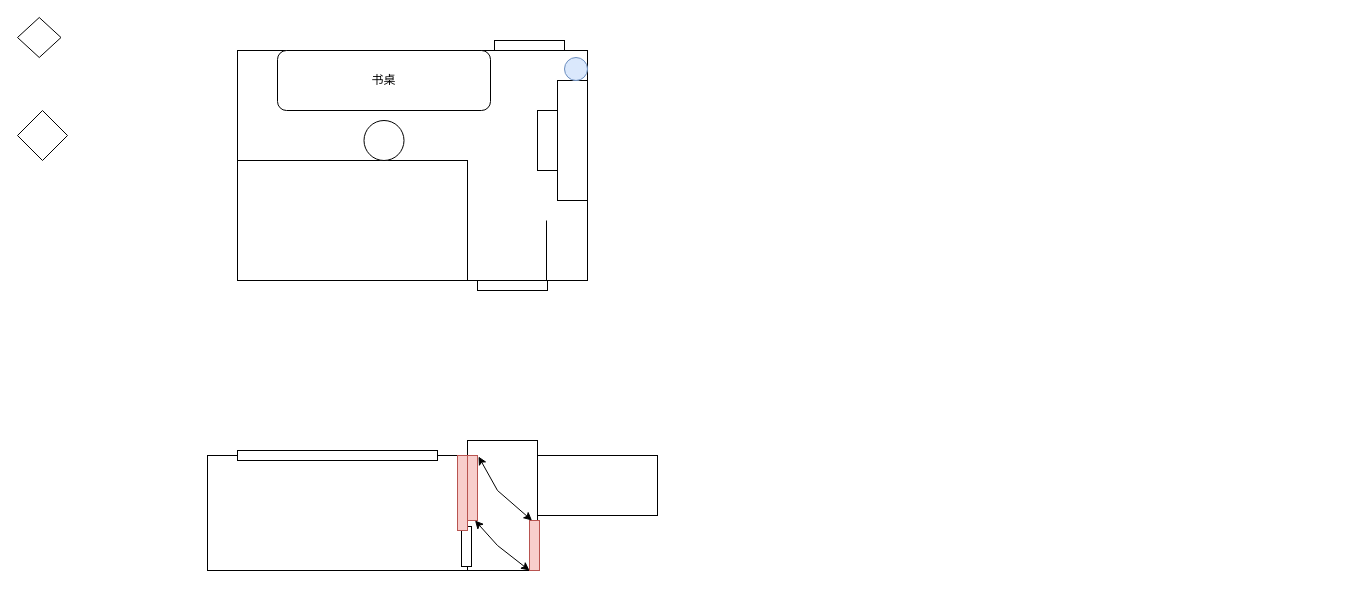
The draw.io diagram page "齐齐布局" (8 of 8) of 未命名绘图.drawio in chendong-2023/cmd, before the edit. Source tidied: cells renumbered, new cells numbered last; positions are measured from the earlier drawing's top-left corner, leaving out a move shared by most shapes. Both pictures are drawn from the tidied source at 100%, with x=0, y=0 at pixel (17, 17).
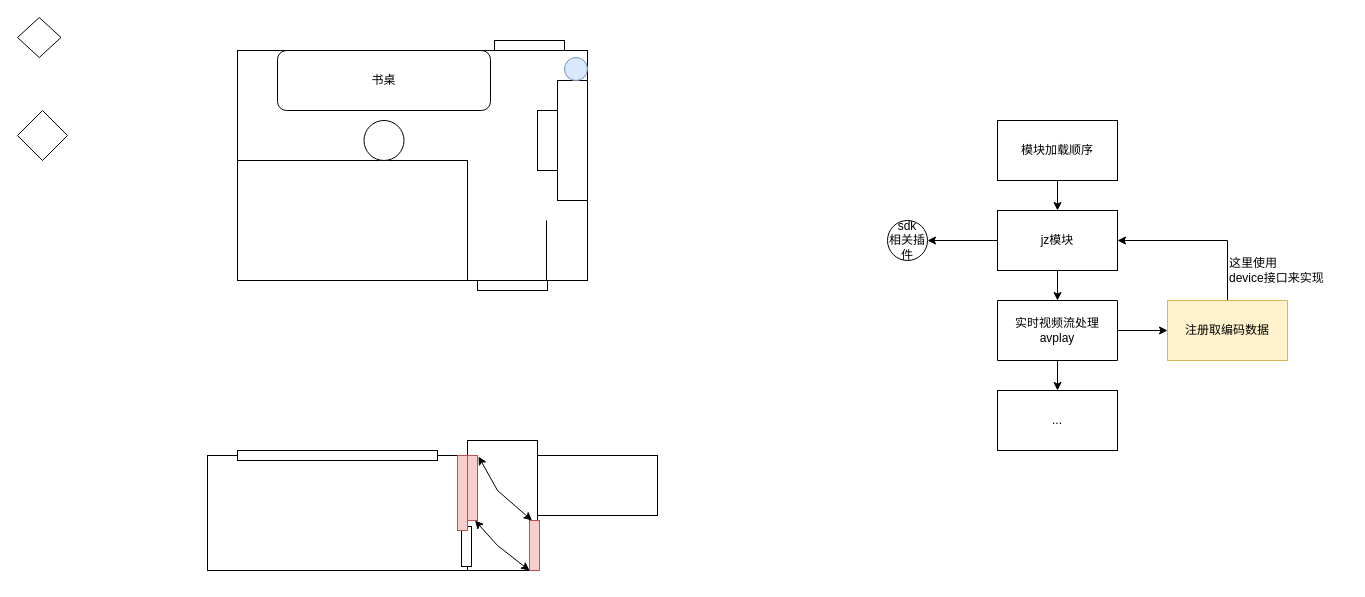
The same diagram, later.

Commit message:
更新未命名绘图.drawio

What changed in the source:
```diff
@@
+    <mxCell id="24" style="edgeStyle=orthogonalEdgeStyle;rounded=0;jettySize=auto;html=1;entryX=0.5;entryY=0;entryDx=0;entryDy=0;" parent="1" edge="1" source="26" target="29">
+      <mxGeometry relative="1" as="geometry" />
+    </mxCell>
+    <mxCell id="25" style="edgeStyle=orthogonalEdgeStyle;rounded=0;jettySize=auto;html=1;entryX=1;entryY=0.5;entryDx=0;entryDy=0;" parent="1" edge="1" source="26" target="34">
+      <mxGeometry relative="1" as="geometry" />
+    </mxCell>
+    <mxCell id="26" value="jz模块" style="whiteSpace=wrap;html=1;" parent="1" vertex="1">
+      <mxGeometry x="980" y="193" width="120" height="60" as="geometry" />
+    </mxCell>
+    <mxCell id="27" style="edgeStyle=orthogonalEdgeStyle;rounded=0;jettySize=auto;html=1;entryX=0;entryY=0.5;entryDx=0;entryDy=0;" parent="1" edge="1" source="29" target="33">
+      <mxGeometry relative="1" as="geometry" />
+    </mxCell>
+    <mxCell id="28" style="edgeStyle=orthogonalEdgeStyle;rounded=0;jettySize=auto;html=1;entryX=0.5;entryY=0;entryDx=0;entryDy=0;" parent="1" edge="1" source="29" target="36">
+      <mxGeometry relative="1" as="geometry" />
+    </mxCell>
+    <mxCell id="29" value="实时视频流处理&lt;br&gt;avplay" style="shape=parallelogram;perimeter=parallelogramPerimeter;whiteSpace=wrap;html=1;fixedSize=1;size=-11;" parent="1" vertex="1">
+      <mxGeometry x="980" y="283" width="120" height="60" as="geometry" />
+    </mxCell>
+    <mxCell id="30" style="edgeStyle=orthogonalEdgeStyle;rounded=0;jettySize=auto;html=1;" parent="1" edge="1" source="31" target="26">
+      <mxGeometry relative="1" as="geometry" />
+    </mxCell>
+    <mxCell id="31" value="模块加载顺序" style="whiteSpace=wrap;html=1;" parent="1" vertex="1">
+      <mxGeometry x="980" y="103" width="120" height="60" as="geometry" />
+    </mxCell>
+    <mxCell id="32" style="edgeStyle=orthogonalEdgeStyle;rounded=0;jettySize=auto;html=1;entryX=1;entryY=0.5;entryDx=0;entryDy=0;exitX=0.5;exitY=0;exitDx=0;exitDy=0;" parent="1" edge="1" source="33" target="26">
+      <mxGeometry relative="1" as="geometry">
+        <Array as="points">
+          <mxPoint x="1210" y="223" />
+        </Array>
+      </mxGeometry>
+    </mxCell>
+    <mxCell id="33" value="注册取编码数据" style="whiteSpace=wrap;html=1;fillColor=#fff2cc;strokeColor=#d6b656;" parent="1" vertex="1">
+      <mxGeometry x="1150" y="283" width="120" height="60" as="geometry" />
+    </mxCell>
+    <mxCell id="34" value="sdk&lt;br&gt;相关插件" style="ellipse;whiteSpace=wrap;html=1;" parent="1" vertex="1">
+      <mxGeometry x="870" y="203" width="40" height="40" as="geometry" />
+    </mxCell>
+    <mxCell id="35" value="这里使用&lt;br&gt;device接口来实现" style="text;html=1;align=left;verticalAlign=middle;strokeColor=none;fillColor=none;" parent="1" vertex="1">
+      <mxGeometry x="1210" y="233" width="120" height="40" as="geometry" />
+    </mxCell>
+    <mxCell id="36" value="..." style="whiteSpace=wrap;html=1;" parent="1" vertex="1">
+      <mxGeometry x="980" y="373" width="120" height="60" as="geometry" />
+    </mxCell>
```
